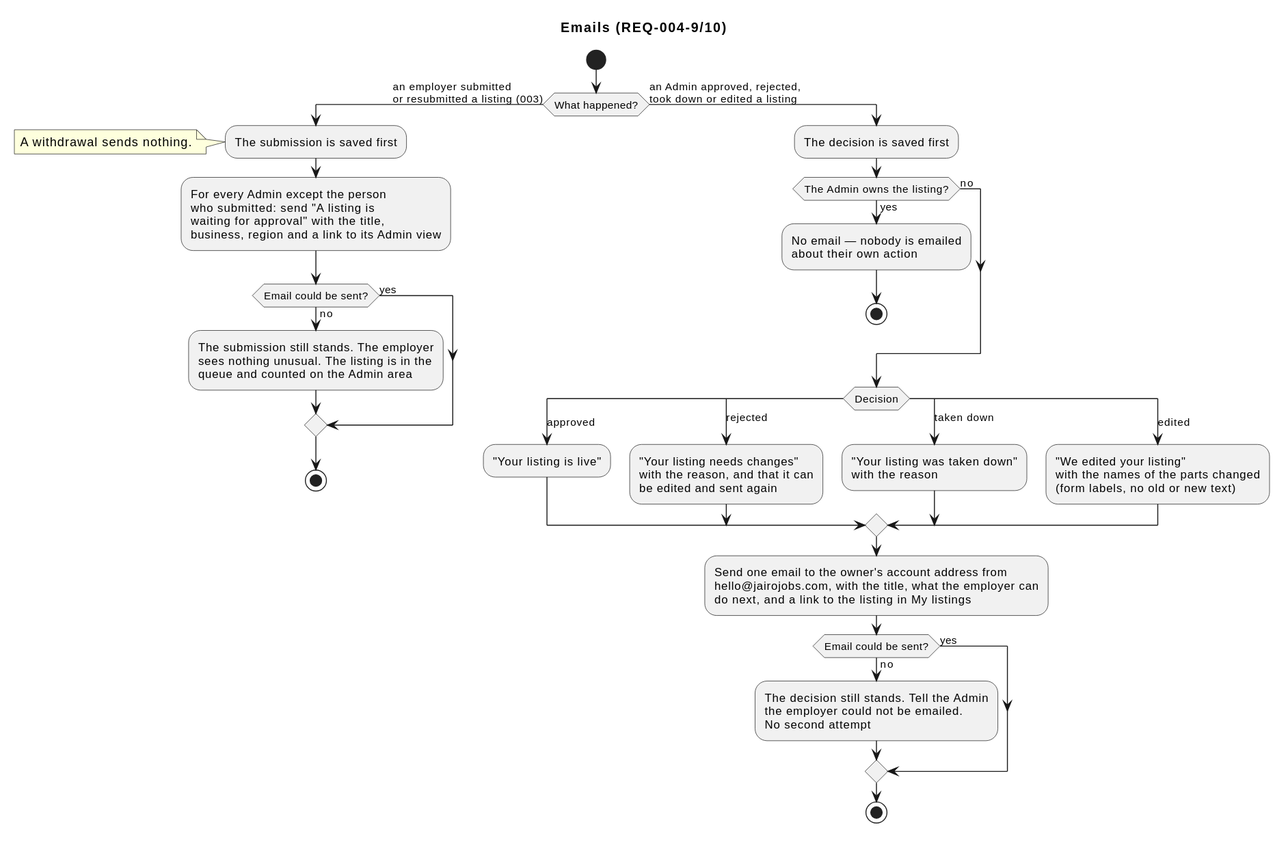
This is docs/specs/004-listings-admin-moderation/diagrams/activity-emails.svg from raseniero/jairojobs-elixir, a PlantUML export, as it was before one commit.
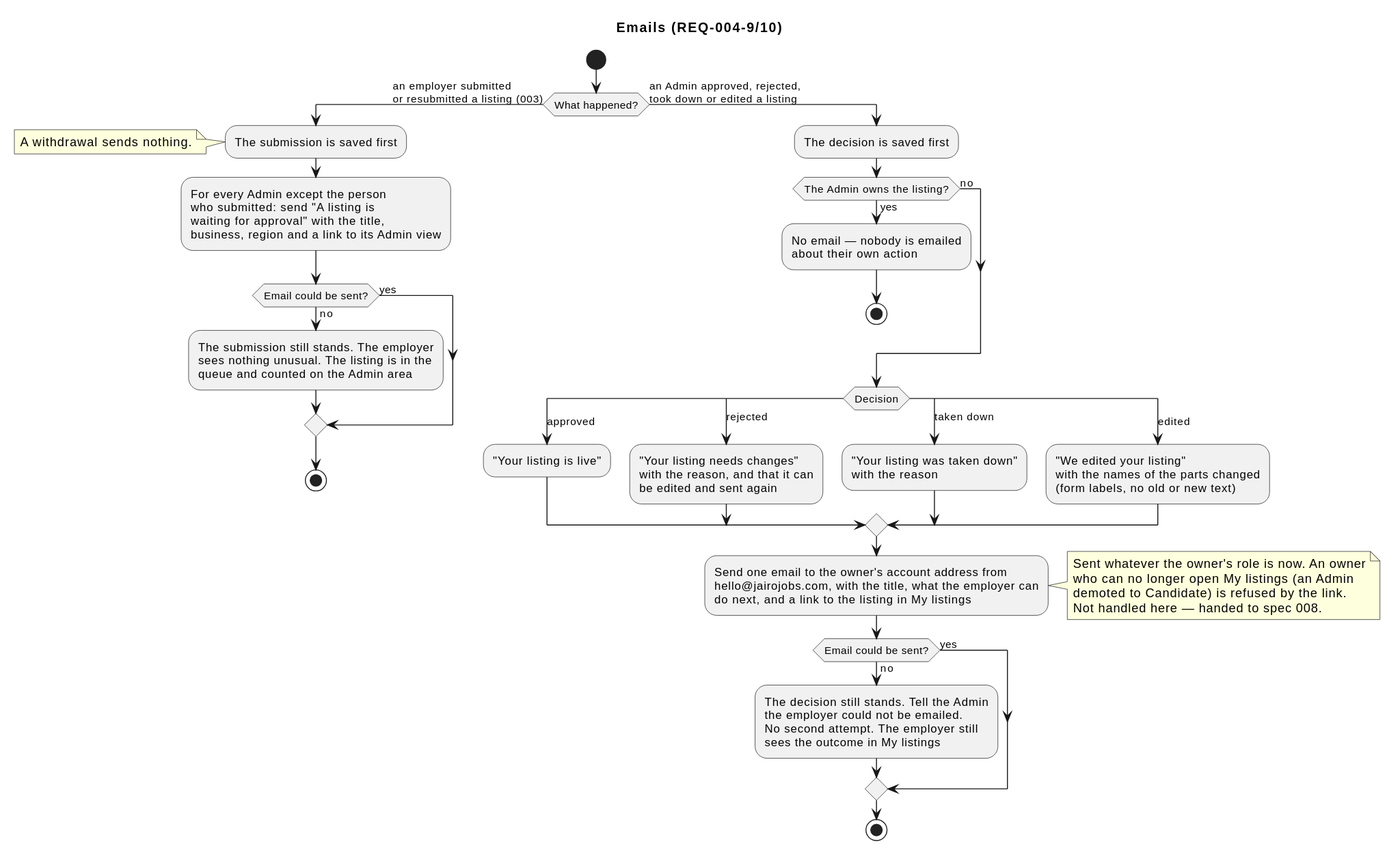
After the commit.

Commit message:
docs(spec 004): align three diagrams with the requirements after a full pass

What changed in the source:
```diff
@@ -44,10 +44,17 @@
   :Send one email to the owner's account address from
   hello@jairojobs.com, with the title, what the employer can
   do next, and a link to the listing in My listings;
+  note right
+    Sent whatever the owner's role is now. An owner
+    who can no longer open My listings (an Admin
+    demoted to Candidate) is refused by the link.
+    Not handled here — handed to spec 008.
+  end note
   if (Email could be sent?) then (no)
     :The decision still stands. Tell the Admin
     the employer could not be emailed.
-    No second attempt;
+    No second attempt. The employer still
+    sees the outcome in My listings;
   else (yes)
   endif
   stop
```
